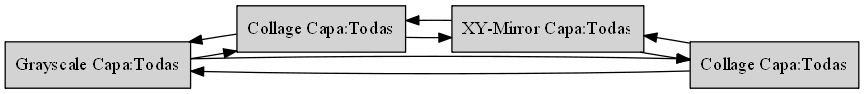
SelvinLP/EDD_2S2019_PY1_201701133 keeps this Graphviz diagram as Proyecto1_EDD_201701133/GraficaFILTRO.png. Above is the earlier version. Its source is kept beside it as Proyecto1_EDD_201701133/GraficaFILTRO.dot.
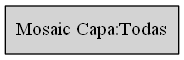
After the commit.

What changed in the source:
```diff
@@ -2,16 +2,5 @@
 size="9,9"
 rankdir=LR
 node[shape=record,style=filled]
-"Grayscale0"[label =" Grayscale Capa:Todas"];
-"Grayscale0"->"Collage1";
-"Grayscale0"->"Collage1" [dir=back];
-"Collage1"[label =" Collage Capa:Todas"];
-"Collage1"->"XY-Mirror2";
-"Collage1"->"XY-Mirror2"[dir=back];
-"XY-Mirror2"[label =" XY-Mirror Capa:Todas"];
-"XY-Mirror2"->"Collage3";
-"XY-Mirror2"->"Collage3"[dir=back];
-"Collage3"[label =" Collage Capa:Todas"];
-"Collage3"->"Grayscale0";
-"Collage3"->"Grayscale0" [dir=back];
+"Mosaic0"[label =" Mosaic Capa:Todas"];
 }
```
